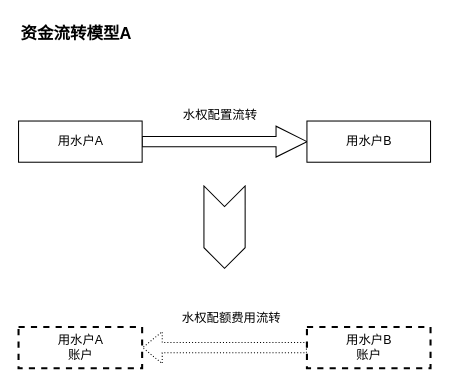
Above: src/main/work/zhonghuan/20231109084555.drawio in ab-doc/draw.io (draw.io), before the change. Source tidied: cells renumbered, new cells numbered last; positions are measured from the earlier drawing's top-left corner, leaving out a move shared by most shapes. Both pictures are drawn from the tidied source at 103%, with x=0, y=0 at pixel (18, 18).
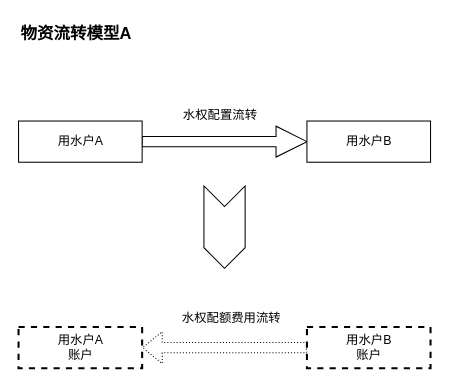
After the change.

The edit, as a diff of the source:
```diff
@@
 <mxGraphModel>
   <root>
     <mxCell id="0" />
     <mxCell id="1" parent="0" />
-    <mxCell id="2" value="&lt;b style=&quot;font-size: 16px;&quot;&gt;资金流转模型A&lt;/b&gt;" style="text;html=1;align=left;verticalAlign=middle;strokeColor=none;fillColor=none;fontSize=16;rounded=0;labelBackgroundColor=none;" parent="1" vertex="1">
+    <mxCell id="2" value="&lt;b style=&quot;font-size: 16px;&quot;&gt;物资流转模型A&lt;/b&gt;" style="text;html=1;align=left;verticalAlign=middle;strokeColor=none;fillColor=none;fontSize=16;rounded=0;labelBackgroundColor=none;" parent="1" vertex="1">
       <mxGeometry x="0.5" width="130" height="30" as="geometry" />
     </mxCell>
     <mxCell id="3" style="edgeStyle=orthogonalEdgeStyle;rounded=0;jettySize=auto;html=1;shape=arrow;" parent="1" edge="1" source="4" target="5">
       <mxGeometry relative="1" as="geometry" />
     </mxCell>
     <mxCell id="4" value="用水户A" style="rounded=0;whiteSpace=wrap;html=1;" parent="1" vertex="1">
       <mxGeometry x="0.5" y="100" width="120" height="40" as="geometry" />
     </mxCell>
     <mxCell id="5" value="用水户B" style="rounded=0;whiteSpace=wrap;html=1;" parent="1" vertex="1">
       <mxGeometry x="280.5" y="100" width="120" height="40" as="geometry" />
     </mxCell>
     <mxCell id="6" style="shape=step;perimeter=stepPerimeter;whiteSpace=wrap;html=1;fixedSize=1;direction=south;" parent="1" vertex="1">
       <mxGeometry x="180.5" y="163" width="40" height="80" as="geometry" />
     </mxCell>
     <mxCell id="7" style="edgeStyle=orthogonalEdgeStyle;rounded=0;jettySize=auto;html=1;shape=flexArrow;startArrow=block;startFill=0;endArrow=none;endFill=0;dashed=1;dashPattern=1 2;strokeWidth=1;" parent="1" edge="1" source="8" target="9">
       <mxGeometry relative="1" as="geometry" />
     </mxCell>
     <mxCell id="8" value="用水户A&lt;br&gt;账户" style="rounded=0;whiteSpace=wrap;html=1;dashed=1;strokeWidth=2;" parent="1" vertex="1">
       <mxGeometry x="0.5" y="300" width="120" height="40" as="geometry" />
     </mxCell>
     <mxCell id="9" value="用水户B&lt;br&gt;账户" style="rounded=0;whiteSpace=wrap;html=1;dashed=1;strokeWidth=2;" parent="1" vertex="1">
       <mxGeometry x="280.5" y="300" width="120" height="40" as="geometry" />
     </mxCell>
     <mxCell id="10" value="水权配置流转" style="text;html=1;align=center;verticalAlign=middle;strokeColor=none;fillColor=none;" parent="1" vertex="1">
       <mxGeometry x="145.5" y="80" width="100" height="30" as="geometry" />
     </mxCell>
     <mxCell id="11" value="水权配额费用流转" style="text;html=1;align=center;verticalAlign=middle;strokeColor=none;fillColor=none;" parent="1" vertex="1">
       <mxGeometry x="146.5" y="277" width="120" height="30" as="geometry" />
     </mxCell>
   </root>
 </mxGraphModel>
```
